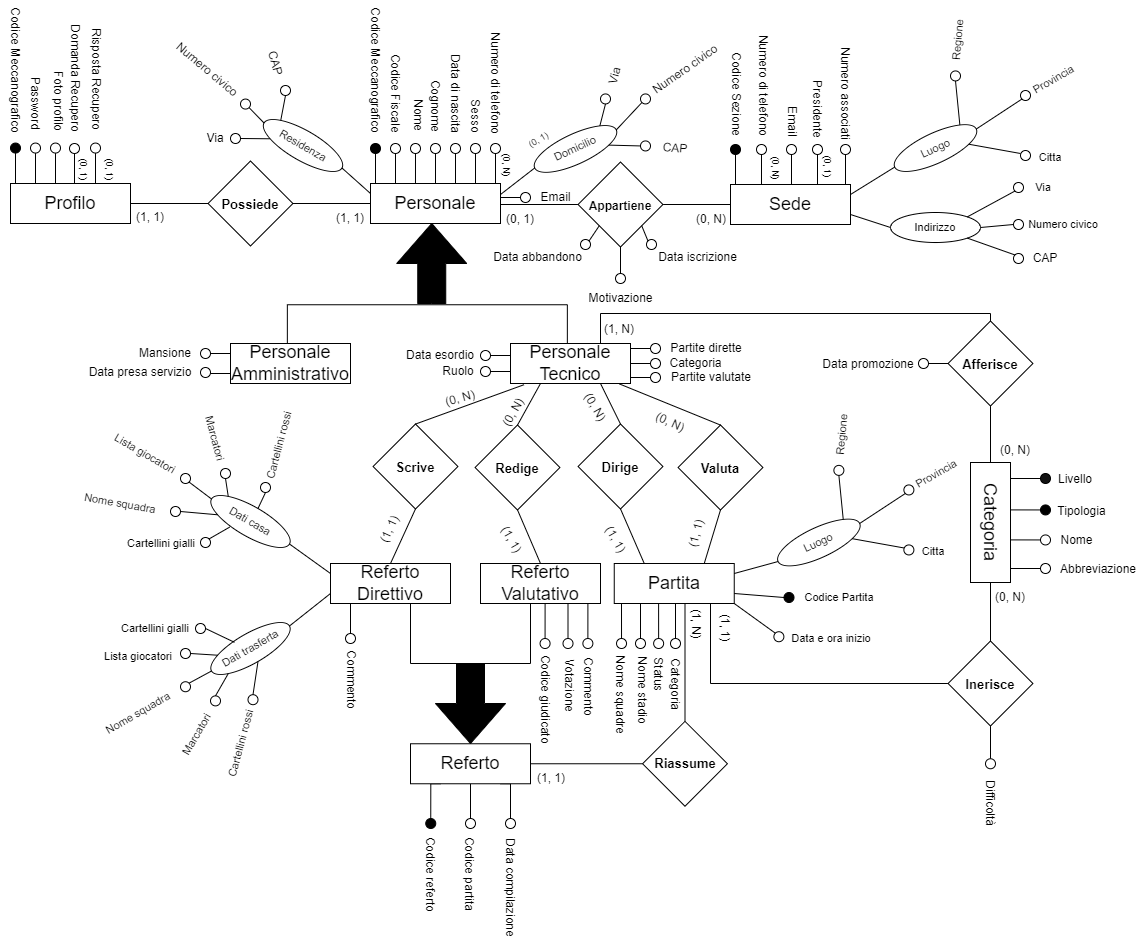
The draw.io diagram ERDiagram/WhistleER.drawio.png in savernike/DiagramsSet, before a commit. Source tidied: cells renumbered, new cells last; positions are measured from the earlier drawing's top-left corner, leaving out a move shared by most shapes.
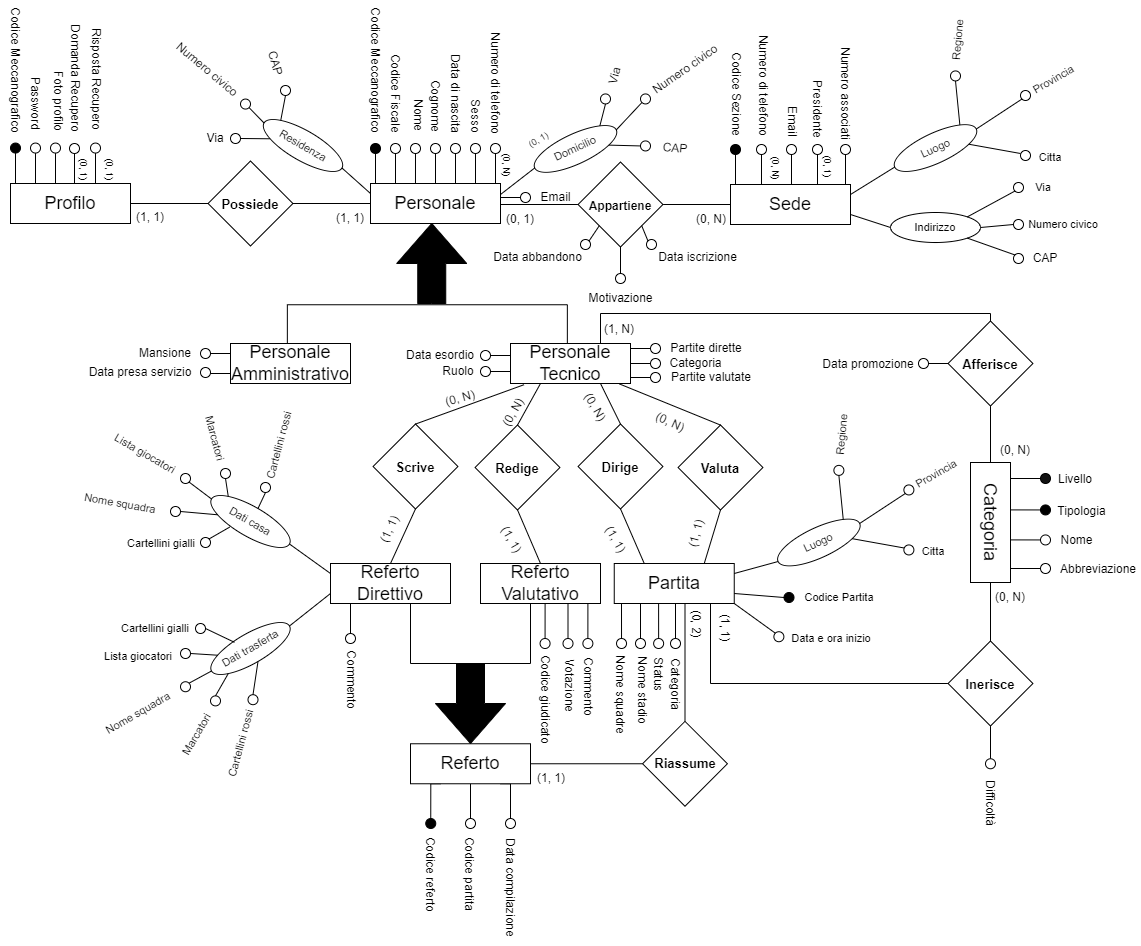
Later version of the same file.

Commit message:
Aggiustamento cardinalità relazione Riassume

Change to the diagram source:
```diff
@@ -870,7 +870,7 @@
     <mxCell id="283" value="(0, N)" style="text;strokeColor=none;align=center;fillColor=none;html=1;verticalAlign=middle;whiteSpace=wrap;rounded=0;rotation=0;" parent="1" vertex="1">
       <mxGeometry x="1045" y="558" width="40" height="30" as="geometry" />
     </mxCell>
-    <mxCell id="284" value="(1, N)" style="text;strokeColor=none;align=center;fillColor=none;html=1;verticalAlign=middle;whiteSpace=wrap;rounded=0;rotation=90;" parent="1" vertex="1">
+    <mxCell id="284" value="(0, 2)" style="text;strokeColor=none;align=center;fillColor=none;html=1;verticalAlign=middle;whiteSpace=wrap;rounded=0;rotation=90;" parent="1" vertex="1">
       <mxGeometry x="730.5" y="584" width="40" height="30" as="geometry" />
     </mxCell>
     <mxCell id="285" value="(1, 1)" style="text;strokeColor=none;align=center;fillColor=none;html=1;verticalAlign=middle;whiteSpace=wrap;rounded=0;rotation=0;" parent="1" vertex="1">
```
